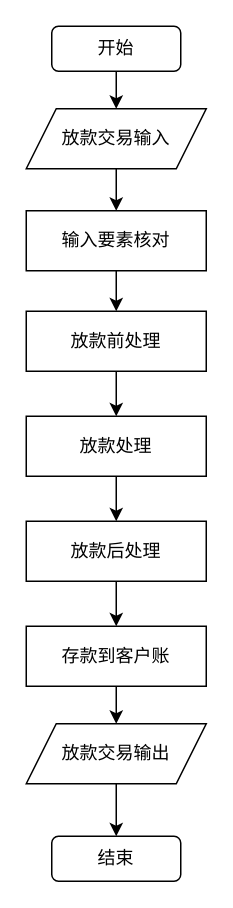
This is page "overall" (1 of 3) of Untitled Diagram.drawio from tangqingguo/fairyland, a draw.io file, before an edit. Source tidied: cells renumbered, new cells numbered last; positions are measured from the earlier drawing's top-left corner, leaving out a move shared by most shapes. Both pictures are drawn from the tidied source at 150%, with x=0, y=0 at pixel (26, 26).
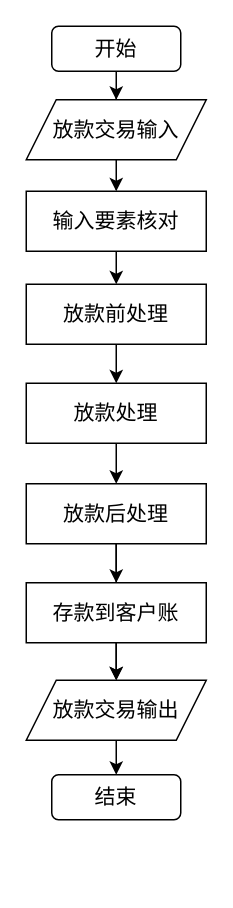
The same diagram, later.

What changed in the source:
```diff
@@
 <mxGraphModel>
   <root>
     <mxCell id="0" />
     <mxCell id="1" parent="0" />
     <mxCell id="2" style="edgeStyle=orthogonalEdgeStyle;rounded=0;jettySize=auto;html=1;exitX=0.5;exitY=1;exitDx=0;exitDy=0;" parent="1" edge="1" source="3" target="4">
       <mxGeometry relative="1" as="geometry" />
     </mxCell>
-    <mxCell id="3" value="开始" style="rounded=1;whiteSpace=wrap;html=1;" parent="1" vertex="1">
+    <mxCell id="3" value="开始" style="rounded=1;whiteSpace=wrap;html=1;fontStyle=0;fontSize=14;" parent="1" vertex="1">
       <mxGeometry x="17" width="86" height="30" as="geometry" />
     </mxCell>
-    <mxCell id="4" value="放款交易输入" style="shape=parallelogram;perimeter=parallelogramPerimeter;whiteSpace=wrap;html=1;fixedSize=1;" parent="1" vertex="1">
-      <mxGeometry y="55" width="120" height="40" as="geometry" />
+    <mxCell id="4" value="放款交易输入" style="shape=parallelogram;perimeter=parallelogramPerimeter;whiteSpace=wrap;html=1;fixedSize=1;fontStyle=0;fontSize=14;" parent="1" vertex="1">
+      <mxGeometry y="49" width="120" height="40" as="geometry" />
     </mxCell>
-    <mxCell id="5" value="输入要素核对" style="rounded=0;whiteSpace=wrap;html=1;" parent="1" vertex="1">
-      <mxGeometry y="123" width="120" height="40" as="geometry" />
+    <mxCell id="5" value="输入要素核对" style="rounded=0;whiteSpace=wrap;html=1;fontStyle=0;fontSize=14;" parent="1" vertex="1">
+      <mxGeometry y="110" width="120" height="40" as="geometry" />
     </mxCell>
     <mxCell id="6" style="edgeStyle=orthogonalEdgeStyle;rounded=0;jettySize=auto;html=1;exitX=0.5;exitY=1;exitDx=0;exitDy=0;" parent="1" edge="1" source="4" target="5">
       <mxGeometry relative="1" as="geometry" />
     </mxCell>
-    <mxCell id="7" value="放款前处理" style="rounded=0;whiteSpace=wrap;html=1;" parent="1" vertex="1">
-      <mxGeometry y="190" width="120" height="40" as="geometry" />
+    <mxCell id="7" value="放款前处理" style="rounded=0;whiteSpace=wrap;html=1;fontStyle=0;fontSize=14;" parent="1" vertex="1">
+      <mxGeometry y="172" width="120" height="40" as="geometry" />
     </mxCell>
-    <mxCell id="8" value="放款处理" style="rounded=0;whiteSpace=wrap;html=1;" parent="1" vertex="1">
-      <mxGeometry y="260" width="120" height="40" as="geometry" />
+    <mxCell id="8" value="放款处理" style="rounded=0;whiteSpace=wrap;html=1;fontStyle=0;fontSize=14;" parent="1" vertex="1">
+      <mxGeometry y="238" width="120" height="40" as="geometry" />
     </mxCell>
+    <mxCell id="19" style="edgeStyle=orthogonalEdgeStyle;rounded=0;jettySize=auto;html=1;fontSize=14;" parent="1" edge="1" source="9" target="15">
+      <mxGeometry relative="1" as="geometry" />
+    </mxCell>
-    <mxCell id="9" value="放款后处理" style="rounded=0;whiteSpace=wrap;html=1;" parent="1" vertex="1">
-      <mxGeometry y="330" width="120" height="40" as="geometry" />
+    <mxCell id="9" value="放款后处理" style="rounded=0;whiteSpace=wrap;html=1;fontStyle=0;fontSize=14;" parent="1" vertex="1">
+      <mxGeometry y="305" width="120" height="40" as="geometry" />
     </mxCell>
     <mxCell id="10" style="edgeStyle=orthogonalEdgeStyle;rounded=0;jettySize=auto;html=1;exitX=0.5;exitY=1;exitDx=0;exitDy=0;entryX=0.5;entryY=0;entryDx=0;entryDy=0;" parent="1" edge="1" source="5" target="7">
       <mxGeometry relative="1" as="geometry" />
     </mxCell>
     <mxCell id="11" style="edgeStyle=orthogonalEdgeStyle;rounded=0;jettySize=auto;html=1;exitX=0.5;exitY=1;exitDx=0;exitDy=0;" parent="1" edge="1" source="7" target="8">
       <mxGeometry relative="1" as="geometry" />
     </mxCell>
     <mxCell id="12" style="edgeStyle=orthogonalEdgeStyle;rounded=0;jettySize=auto;html=1;exitX=0.5;exitY=1;exitDx=0;exitDy=0;" parent="1" edge="1" source="8" target="9">
       <mxGeometry relative="1" as="geometry" />
     </mxCell>
-    <mxCell id="13" value="存款到客户账" style="rounded=0;whiteSpace=wrap;html=1;" parent="1" vertex="1">
-      <mxGeometry y="400" width="120" height="40" as="geometry" />
+    <mxCell id="13" value="存款到客户账" style="rounded=0;whiteSpace=wrap;html=1;fontStyle=0;fontSize=14;" parent="1" vertex="1">
+      <mxGeometry y="371" width="120" height="40" as="geometry" />
     </mxCell>
     <mxCell id="14" style="edgeStyle=orthogonalEdgeStyle;rounded=0;jettySize=auto;html=1;entryX=0.5;entryY=0;entryDx=0;entryDy=0;" parent="1" edge="1" source="9" target="13">
       <mxGeometry relative="1" as="geometry" />
     </mxCell>
-    <mxCell id="15" value="放款交易输出" style="shape=parallelogram;perimeter=parallelogramPerimeter;whiteSpace=wrap;html=1;fixedSize=1;" parent="1" vertex="1">
-      <mxGeometry y="465" width="120" height="40" as="geometry" />
+    <mxCell id="15" value="放款交易输出" style="shape=parallelogram;perimeter=parallelogramPerimeter;whiteSpace=wrap;html=1;fixedSize=1;fontStyle=0;fontSize=14;" parent="1" vertex="1">
+      <mxGeometry y="436" width="120" height="40" as="geometry" />
     </mxCell>
-    <mxCell id="16" value="结束" style="rounded=1;whiteSpace=wrap;html=1;" parent="1" vertex="1">
-      <mxGeometry x="17" y="540" width="86" height="30" as="geometry" />
+    <mxCell id="16" value="结束" style="rounded=1;whiteSpace=wrap;html=1;fontStyle=0;fontSize=14;" parent="1" vertex="1">
+      <mxGeometry x="17" y="499" width="86" height="30" as="geometry" />
     </mxCell>
     <mxCell id="17" style="edgeStyle=orthogonalEdgeStyle;rounded=0;jettySize=auto;html=1;entryX=0.5;entryY=0;entryDx=0;entryDy=0;exitX=0.5;exitY=1;exitDx=0;exitDy=0;" parent="1" edge="1" source="13" target="15">
       <mxGeometry relative="1" as="geometry" />
     </mxCell>
     <mxCell id="18" style="edgeStyle=orthogonalEdgeStyle;rounded=0;jettySize=auto;html=1;entryX=0.5;entryY=0;entryDx=0;entryDy=0;exitX=0.5;exitY=1;exitDx=0;exitDy=0;" parent="1" edge="1" source="15" target="16">
       <mxGeometry relative="1" as="geometry" />
     </mxCell>
   </root>
 </mxGraphModel>
```
